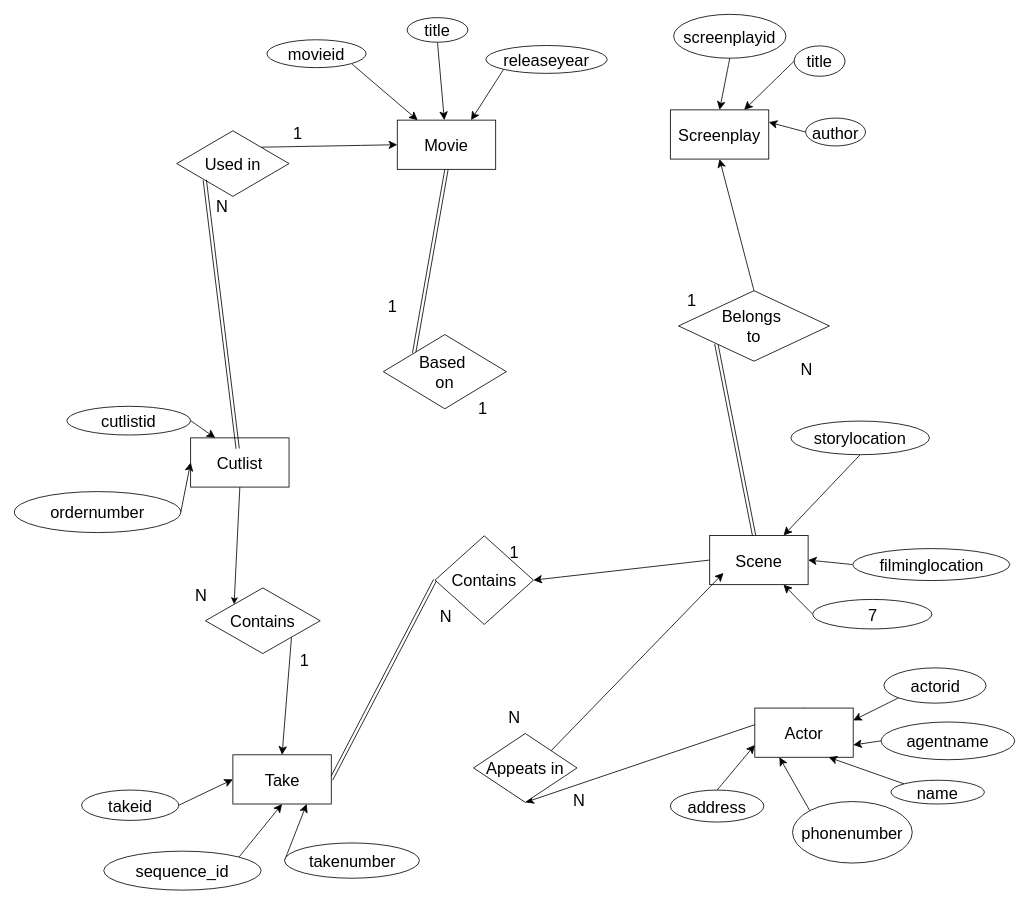
Hybried8/3005 keeps this draw.io diagram as Untitled Diagram.drawio. Above is the earlier version. Source tidied: cells renumbered, new cells numbered last; positions are measured from the earlier drawing's top-left corner, leaving out a move shared by most shapes. Both pictures are drawn from the tidied source at 82%, with x=0, y=0 at pixel (14, 14).
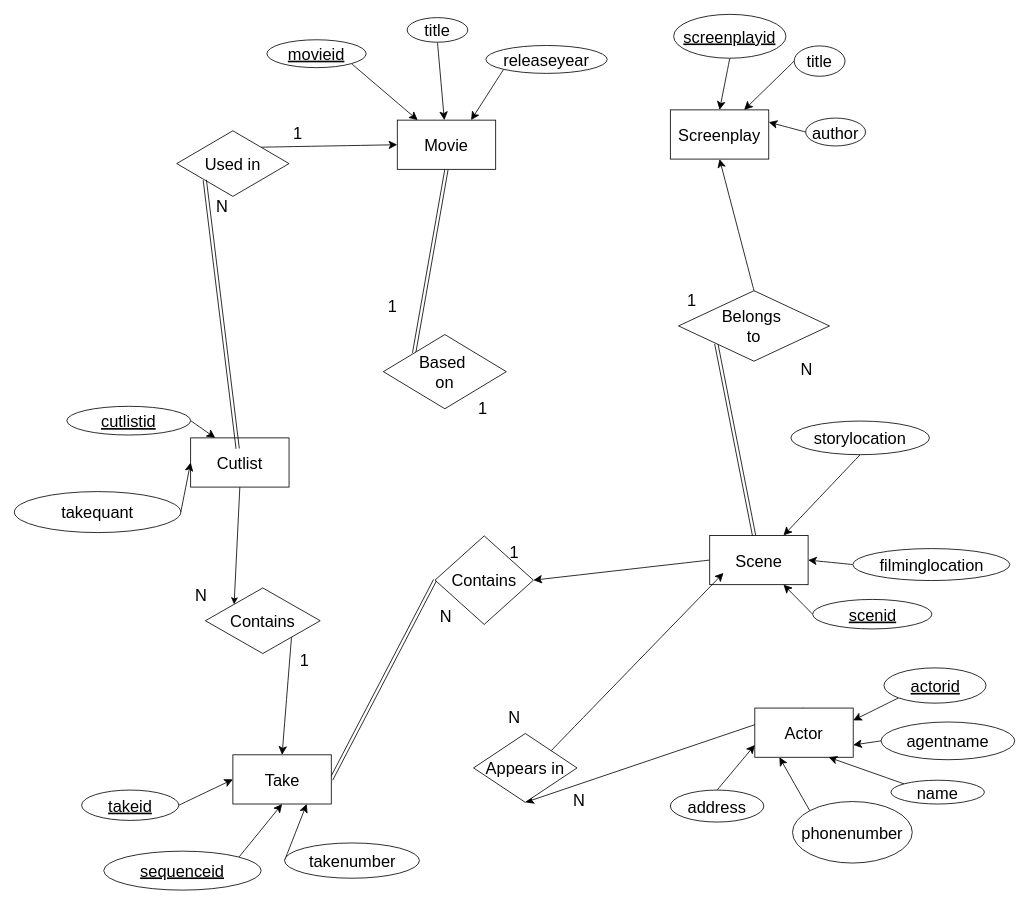
The same page after the edit.

Diff of the diagram source:
```diff
@@
-    <mxCell id="10" value="movieid" style="ellipse;whiteSpace=wrap;html=1;fontFamily=Helvetica;spacing=3;fontSize=20;" parent="1" vertex="1">
+    <mxCell id="10" value="&lt;u&gt;movieid&lt;/u&gt;" style="ellipse;whiteSpace=wrap;html=1;fontFamily=Helvetica;spacing=3;fontSize=20;" parent="1" vertex="1">
       <mxGeometry x="308" y="31" width="121" height="34" as="geometry" />
     </mxCell>
@@
-    <mxCell id="16" value="takeid" style="ellipse;whiteSpace=wrap;html=1;fontFamily=Helvetica;spacing=3;fontSize=20;" parent="1" vertex="1">
+    <mxCell id="16" value="&lt;u&gt;takeid&lt;/u&gt;" style="ellipse;whiteSpace=wrap;html=1;fontFamily=Helvetica;spacing=3;fontSize=20;" parent="1" vertex="1">
       <mxGeometry x="82" y="946" width="118.5" height="37" as="geometry" />
     </mxCell>
@@
-    <mxCell id="20" value="7" style="ellipse;whiteSpace=wrap;html=1;fontFamily=Helvetica;spacing=3;fontSize=20;" parent="1" vertex="1">
+    <mxCell id="20" value="&lt;u&gt;scenid&lt;/u&gt;" style="ellipse;whiteSpace=wrap;html=1;fontFamily=Helvetica;spacing=3;fontSize=20;" parent="1" vertex="1">
       <mxGeometry x="973.5" y="713.5" width="145.5" height="36" as="geometry" />
     </mxCell>
@@
-    <mxCell id="26" value="screenplayid" style="ellipse;whiteSpace=wrap;html=1;fontFamily=Helvetica;spacing=3;fontSize=20;" parent="1" vertex="1">
+    <mxCell id="26" value="&lt;u&gt;screenplayid&lt;/u&gt;" style="ellipse;whiteSpace=wrap;html=1;fontFamily=Helvetica;spacing=3;fontSize=20;" parent="1" vertex="1">
       <mxGeometry x="804" width="137" height="53.5" as="geometry" />
     </mxCell>
@@
-    <mxCell id="32" value="actorid" style="ellipse;whiteSpace=wrap;html=1;fontFamily=Helvetica;spacing=3;fontSize=20;" parent="1" vertex="1">
+    <mxCell id="32" value="&lt;u&gt;actorid&lt;/u&gt;" style="ellipse;whiteSpace=wrap;html=1;fontFamily=Helvetica;spacing=3;fontSize=20;" parent="1" vertex="1">
       <mxGeometry x="1060.5" y="797" width="124.5" height="43" as="geometry" />
     </mxCell>
@@
-    <mxCell id="42" value="sequence_id" style="ellipse;whiteSpace=wrap;html=1;fontFamily=Helvetica;spacing=3;fontSize=20;" parent="1" vertex="1">
+    <mxCell id="42" value="&lt;u&gt;sequenceid&lt;/u&gt;" style="ellipse;whiteSpace=wrap;html=1;fontFamily=Helvetica;spacing=3;fontSize=20;" parent="1" vertex="1">
       <mxGeometry x="109" y="1020.5" width="192" height="47.5" as="geometry" />
     </mxCell>
@@
-    <mxCell id="47" value="cutlistid" style="ellipse;whiteSpace=wrap;html=1;fontFamily=Helvetica;spacing=3;fontSize=20;" parent="1" vertex="1">
+    <mxCell id="47" value="&lt;u&gt;cutlistid&lt;/u&gt;" style="ellipse;whiteSpace=wrap;html=1;fontFamily=Helvetica;spacing=3;fontSize=20;" parent="1" vertex="1">
       <mxGeometry x="64" y="478" width="151" height="35" as="geometry" />
     </mxCell>
@@
-    <mxCell id="49" value="ordernumber" style="ellipse;whiteSpace=wrap;html=1;fontFamily=Helvetica;spacing=3;fontSize=20;" parent="1" vertex="1">
+    <mxCell id="49" value="takequant" style="ellipse;whiteSpace=wrap;html=1;fontFamily=Helvetica;spacing=3;fontSize=20;" parent="1" vertex="1">
       <mxGeometry y="582" width="203" height="50" as="geometry" />
     </mxCell>
@@
-    <mxCell id="56" value="Appeats in" style="rhombus;whiteSpace=wrap;html=1;fontFamily=Helvetica;spacing=3;fontSize=20;" parent="1" vertex="1">
+    <mxCell id="56" value="Appears in" style="rhombus;whiteSpace=wrap;html=1;fontFamily=Helvetica;spacing=3;fontSize=20;" parent="1" vertex="1">
       <mxGeometry x="560" y="877" width="126.2" height="84" as="geometry" />
     </mxCell>
```
